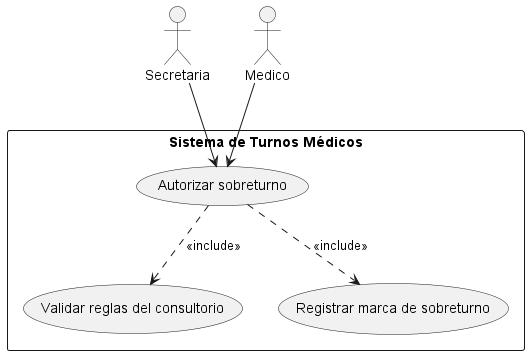
sofinestt/SistemaTurnosMedicos keeps this PlantUML diagram as diagramas/02-casos-de-uso/03-caso-uso-autorizar-sobreturno.png. Above is the earlier version.
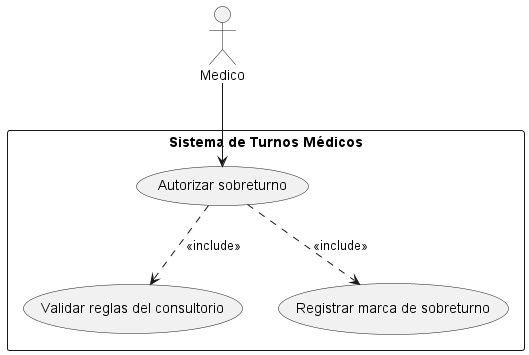
After the commit.

What changed in the source:
```diff
@@ -1,6 +1,5 @@
 @startuml
 
-actor Secretaria
 actor Medico
 
 rectangle "Sistema de Turnos Médicos" {
@@ -11,8 +10,6 @@
   (UC1) ..> (UC2) : <<include>>
   (UC1) ..> (UC3) : <<include>>
 }
-
-Secretaria --> UC1
 Medico --> UC1
 
 @enduml
```
